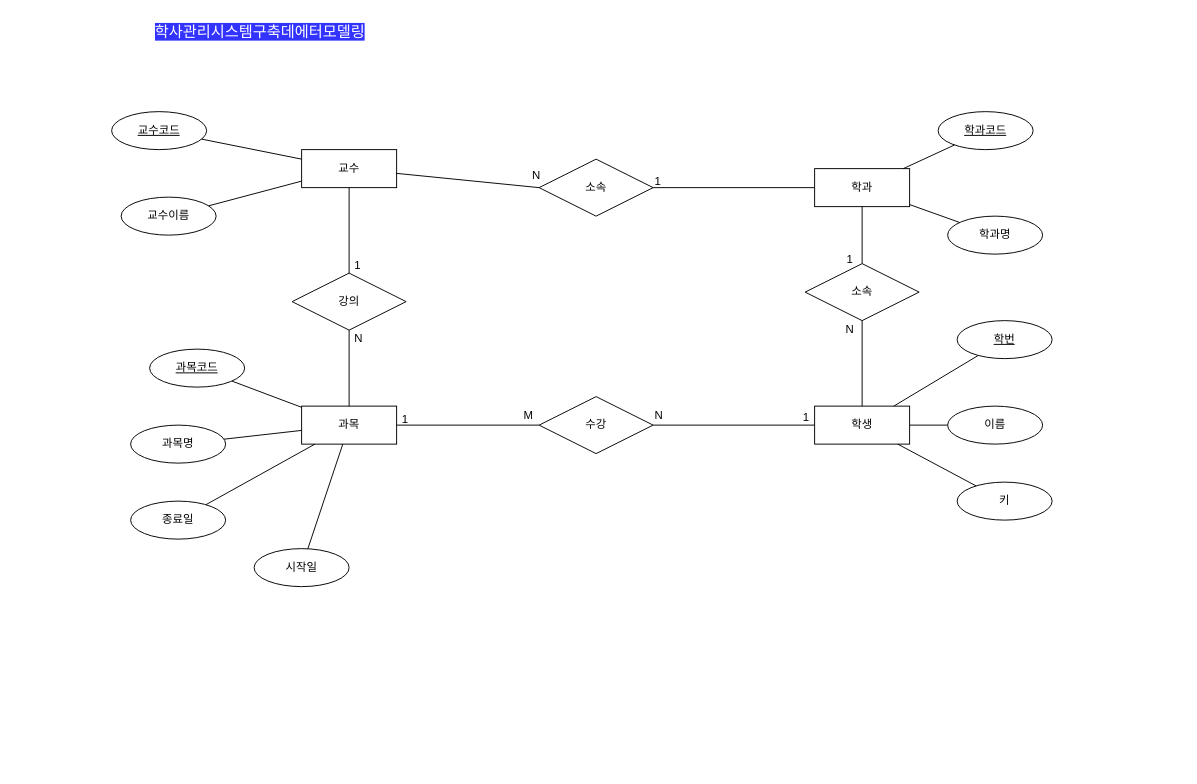
Before: page "페이지-2" (2 of 2) of 온라인전자상거래.drawio in jung79human79/databig, a draw.io diagram. Source tidied: cells renumbered, new cells numbered last; positions are measured from the earlier drawing's top-left corner, leaving out a move shared by most shapes. Both pictures are drawn from the tidied source at 95%, with x=0, y=0 at pixel (111, 16).
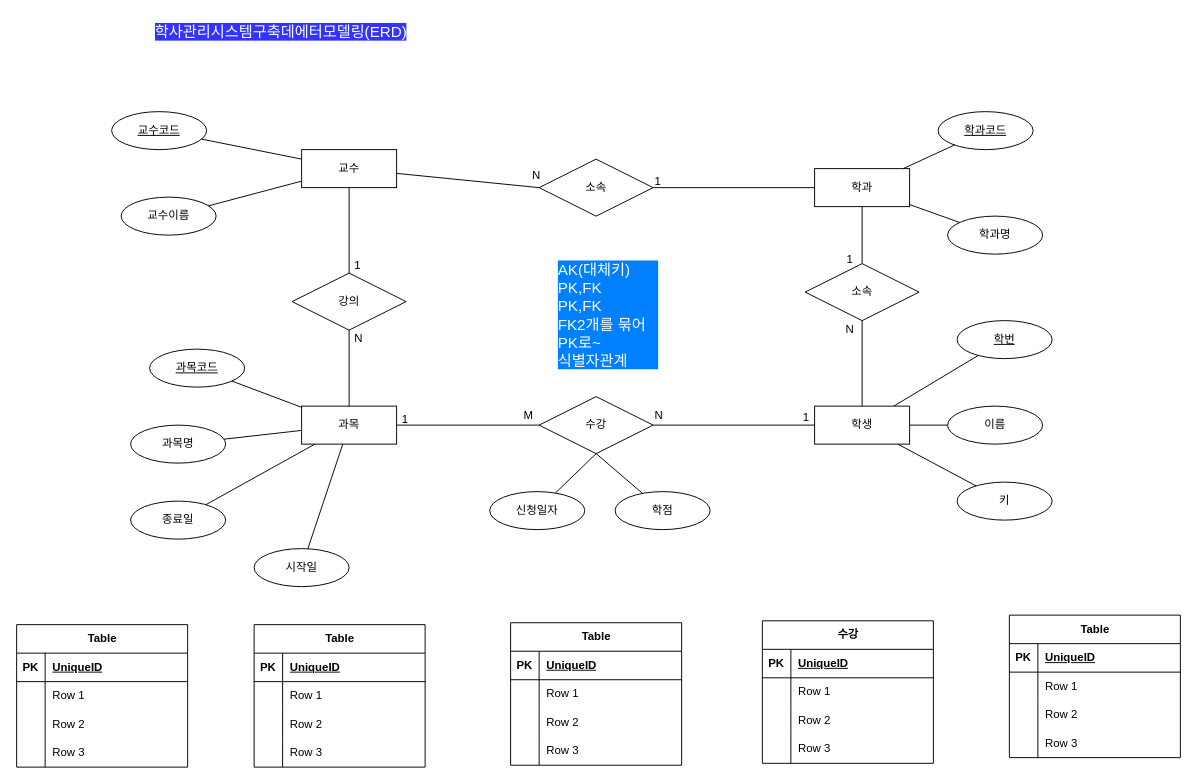
Above is the later version.

Commit message (it also covers changes not shown here):
온라인전자상거래.drawio 업데이트

The change refers to these unchanged cells:
```xml
<mxCell id="9" value="수강" style="shape=rhombus;perimeter=rhombusPerimeter;whiteSpace=wrap;html=1;align=center;" parent="1" vertex="1">
  <mxGeometry x="450" y="400" width="120" height="60" as="geometry" />
</mxCell>
```

Change to the diagram source:
```diff
@@
-    <mxCell id="47" value="학사관리시스템구축데에터모델링" style="text;strokeColor=none;fillColor=none;spacingLeft=4;spacingRight=4;overflow=hidden;fontSize=16;whiteSpace=wrap;html=1;labelBackgroundColor=#3333FF;fontColor=#FFFFFF;" parent="1" vertex="1">
-      <mxGeometry x="40" width="260" height="40" as="geometry" />
+    <mxCell id="47" value="학사관리시스템구축데에터모델링(ERD)" style="text;strokeColor=none;fillColor=none;spacingLeft=4;spacingRight=4;overflow=hidden;fontSize=16;whiteSpace=wrap;html=1;labelBackgroundColor=#3333FF;fontColor=#FFFFFF;" parent="1" vertex="1">
+      <mxGeometry x="40" width="310" height="40" as="geometry" />
     </mxCell>
@@
+    <mxCell id="51" value="Table" style="shape=table;startSize=30;childLayout=tableLayout;rowLines=0;fontStyle=1;align=center;html=1;" parent="1" vertex="1">
+      <mxGeometry x="420" y="638" width="180" height="150" as="geometry" />
+    </mxCell>
+    <mxCell id="52" style="shape=tableRow;horizontal=0;startSize=0;swimlaneHead=0;swimlaneBody=0;fillColor=none;top=0;left=0;right=0;bottom=1;" parent="51" vertex="1">
+      <mxGeometry y="30" width="180" height="30" as="geometry" />
+    </mxCell>
+    <mxCell id="53" value="PK" style="shape=partialRectangle;fillColor=none;top=0;left=0;bottom=0;right=0;fontStyle=1;overflow=hidden;whiteSpace=wrap;html=1;" parent="52" vertex="1">
+      <mxGeometry width="30" height="30" as="geometry" />
+    </mxCell>
+    <mxCell id="54" value="UniqueID" style="shape=partialRectangle;fillColor=none;top=0;left=0;bottom=0;right=0;align=left;spacingLeft=6;fontStyle=5;overflow=hidden;whiteSpace=wrap;html=1;" parent="52" vertex="1">
+      <mxGeometry x="30" width="150" height="30" as="geometry" />
+    </mxCell>
+    <mxCell id="55" style="shape=tableRow;horizontal=0;startSize=0;swimlaneHead=0;swimlaneBody=0;fillColor=none;top=0;left=0;right=0;bottom=0;" parent="51" vertex="1">
+      <mxGeometry y="60" width="180" height="30" as="geometry" />
+    </mxCell>
+    <mxCell id="56" style="shape=partialRectangle;fillColor=none;top=0;left=0;bottom=0;right=0;overflow=hidden;whiteSpace=wrap;html=1;" parent="55" vertex="1">
+      <mxGeometry width="30" height="30" as="geometry" />
+    </mxCell>
+    <mxCell id="57" value="Row 1" style="shape=partialRectangle;fillColor=none;top=0;left=0;bottom=0;right=0;align=left;spacingLeft=6;overflow=hidden;whiteSpace=wrap;html=1;" parent="55" vertex="1">
+      <mxGeometry x="30" width="150" height="30" as="geometry" />
+    </mxCell>
+    <mxCell id="58" style="shape=tableRow;horizontal=0;startSize=0;swimlaneHead=0;swimlaneBody=0;fillColor=none;top=0;left=0;right=0;bottom=0;" parent="51" vertex="1">
+      <mxGeometry y="90" width="180" height="30" as="geometry" />
+    </mxCell>
+    <mxCell id="59" style="shape=partialRectangle;fillColor=none;top=0;left=0;bottom=0;right=0;overflow=hidden;whiteSpace=wrap;html=1;" parent="58" vertex="1">
+      <mxGeometry width="30" height="30" as="geometry" />
+    </mxCell>
+    <mxCell id="60" value="Row 2" style="shape=partialRectangle;fillColor=none;top=0;left=0;bottom=0;right=0;align=left;spacingLeft=6;overflow=hidden;whiteSpace=wrap;html=1;" parent="58" vertex="1">
+      <mxGeometry x="30" width="150" height="30" as="geometry" />
+    </mxCell>
+    <mxCell id="61" style="shape=tableRow;horizontal=0;startSize=0;swimlaneHead=0;swimlaneBody=0;fillColor=none;top=0;left=0;right=0;bottom=0;" parent="51" vertex="1">
+      <mxGeometry y="120" width="180" height="30" as="geometry" />
+    </mxCell>
+    <mxCell id="62" style="shape=partialRectangle;fillColor=none;top=0;left=0;bottom=0;right=0;overflow=hidden;whiteSpace=wrap;html=1;" parent="61" vertex="1">
+      <mxGeometry width="30" height="30" as="geometry" />
+    </mxCell>
+    <mxCell id="63" value="Row 3" style="shape=partialRectangle;fillColor=none;top=0;left=0;bottom=0;right=0;align=left;spacingLeft=6;overflow=hidden;whiteSpace=wrap;html=1;" parent="61" vertex="1">
+      <mxGeometry x="30" width="150" height="30" as="geometry" />
+    </mxCell>
+    <mxCell id="64" value="Table" style="shape=table;startSize=30;childLayout=tableLayout;rowLines=0;fontStyle=1;align=center;html=1;" parent="1" vertex="1">
+      <mxGeometry x="945" y="630" width="180" height="150" as="geometry" />
+    </mxCell>
+    <mxCell id="65" style="shape=tableRow;horizontal=0;startSize=0;swimlaneHead=0;swimlaneBody=0;fillColor=none;top=0;left=0;right=0;bottom=1;" parent="64" vertex="1">
+      <mxGeometry y="30" width="180" height="30" as="geometry" />
+    </mxCell>
+    <mxCell id="66" value="PK" style="shape=partialRectangle;fillColor=none;top=0;left=0;bottom=0;right=0;fontStyle=1;overflow=hidden;whiteSpace=wrap;html=1;" parent="65" vertex="1">
+      <mxGeometry width="30" height="30" as="geometry" />
+    </mxCell>
+    <mxCell id="67" value="UniqueID" style="shape=partialRectangle;fillColor=none;top=0;left=0;bottom=0;right=0;align=left;spacingLeft=6;fontStyle=5;overflow=hidden;whiteSpace=wrap;html=1;" parent="65" vertex="1">
+      <mxGeometry x="30" width="150" height="30" as="geometry" />
+    </mxCell>
+    <mxCell id="68" style="shape=tableRow;horizontal=0;startSize=0;swimlaneHead=0;swimlaneBody=0;fillColor=none;top=0;left=0;right=0;bottom=0;" parent="64" vertex="1">
+      <mxGeometry y="60" width="180" height="30" as="geometry" />
+    </mxCell>
+    <mxCell id="69" style="shape=partialRectangle;fillColor=none;top=0;left=0;bottom=0;right=0;overflow=hidden;whiteSpace=wrap;html=1;" parent="68" vertex="1">
+      <mxGeometry width="30" height="30" as="geometry" />
+    </mxCell>
+    <mxCell id="70" value="Row 1" style="shape=partialRectangle;fillColor=none;top=0;left=0;bottom=0;right=0;align=left;spacingLeft=6;overflow=hidden;whiteSpace=wrap;html=1;" parent="68" vertex="1">
+      <mxGeometry x="30" width="150" height="30" as="geometry" />
+    </mxCell>
+    <mxCell id="71" style="shape=tableRow;horizontal=0;startSize=0;swimlaneHead=0;swimlaneBody=0;fillColor=none;top=0;left=0;right=0;bottom=0;" parent="64" vertex="1">
+      <mxGeometry y="90" width="180" height="30" as="geometry" />
+    </mxCell>
+    <mxCell id="72" style="shape=partialRectangle;fillColor=none;top=0;left=0;bottom=0;right=0;overflow=hidden;whiteSpace=wrap;html=1;" parent="71" vertex="1">
+      <mxGeometry width="30" height="30" as="geometry" />
+    </mxCell>
+    <mxCell id="73" value="Row 2" style="shape=partialRectangle;fillColor=none;top=0;left=0;bottom=0;right=0;align=left;spacingLeft=6;overflow=hidden;whiteSpace=wrap;html=1;" parent="71" vertex="1">
+      <mxGeometry x="30" width="150" height="30" as="geometry" />
+    </mxCell>
+    <mxCell id="74" style="shape=tableRow;horizontal=0;startSize=0;swimlaneHead=0;swimlaneBody=0;fillColor=none;top=0;left=0;right=0;bottom=0;" parent="64" vertex="1">
+      <mxGeometry y="120" width="180" height="30" as="geometry" />
+    </mxCell>
+    <mxCell id="75" style="shape=partialRectangle;fillColor=none;top=0;left=0;bottom=0;right=0;overflow=hidden;whiteSpace=wrap;html=1;" parent="74" vertex="1">
+      <mxGeometry width="30" height="30" as="geometry" />
+    </mxCell>
+    <mxCell id="76" value="Row 3" style="shape=partialRectangle;fillColor=none;top=0;left=0;bottom=0;right=0;align=left;spacingLeft=6;overflow=hidden;whiteSpace=wrap;html=1;" parent="74" vertex="1">
+      <mxGeometry x="30" width="150" height="30" as="geometry" />
+    </mxCell>
+    <mxCell id="77" value="Table" style="shape=table;startSize=30;childLayout=tableLayout;rowLines=0;fontStyle=1;align=center;html=1;" parent="1" vertex="1">
+      <mxGeometry x="-100" y="640" width="180" height="150" as="geometry" />
+    </mxCell>
+    <mxCell id="78" style="shape=tableRow;horizontal=0;startSize=0;swimlaneHead=0;swimlaneBody=0;fillColor=none;top=0;left=0;right=0;bottom=1;" parent="77" vertex="1">
+      <mxGeometry y="30" width="180" height="30" as="geometry" />
+    </mxCell>
+    <mxCell id="79" value="PK" style="shape=partialRectangle;fillColor=none;top=0;left=0;bottom=0;right=0;fontStyle=1;overflow=hidden;whiteSpace=wrap;html=1;" parent="78" vertex="1">
+      <mxGeometry width="30" height="30" as="geometry" />
+    </mxCell>
+    <mxCell id="80" value="UniqueID" style="shape=partialRectangle;fillColor=none;top=0;left=0;bottom=0;right=0;align=left;spacingLeft=6;fontStyle=5;overflow=hidden;whiteSpace=wrap;html=1;" parent="78" vertex="1">
+      <mxGeometry x="30" width="150" height="30" as="geometry" />
+    </mxCell>
+    <mxCell id="81" style="shape=tableRow;horizontal=0;startSize=0;swimlaneHead=0;swimlaneBody=0;fillColor=none;top=0;left=0;right=0;bottom=0;" parent="77" vertex="1">
+      <mxGeometry y="60" width="180" height="30" as="geometry" />
+    </mxCell>
+    <mxCell id="82" style="shape=partialRectangle;fillColor=none;top=0;left=0;bottom=0;right=0;overflow=hidden;whiteSpace=wrap;html=1;" parent="81" vertex="1">
+      <mxGeometry width="30" height="30" as="geometry" />
+    </mxCell>
+    <mxCell id="83" value="Row 1" style="shape=partialRectangle;fillColor=none;top=0;left=0;bottom=0;right=0;align=left;spacingLeft=6;overflow=hidden;whiteSpace=wrap;html=1;" parent="81" vertex="1">
+      <mxGeometry x="30" width="150" height="30" as="geometry" />
+    </mxCell>
+    <mxCell id="84" style="shape=tableRow;horizontal=0;startSize=0;swimlaneHead=0;swimlaneBody=0;fillColor=none;top=0;left=0;right=0;bottom=0;" parent="77" vertex="1">
+      <mxGeometry y="90" width="180" height="30" as="geometry" />
+    </mxCell>
+    <mxCell id="85" style="shape=partialRectangle;fillColor=none;top=0;left=0;bottom=0;right=0;overflow=hidden;whiteSpace=wrap;html=1;" parent="84" vertex="1">
+      <mxGeometry width="30" height="30" as="geometry" />
+    </mxCell>
+    <mxCell id="86" value="Row 2" style="shape=partialRectangle;fillColor=none;top=0;left=0;bottom=0;right=0;align=left;spacingLeft=6;overflow=hidden;whiteSpace=wrap;html=1;" parent="84" vertex="1">
+      <mxGeometry x="30" width="150" height="30" as="geometry" />
+    </mxCell>
+    <mxCell id="87" style="shape=tableRow;horizontal=0;startSize=0;swimlaneHead=0;swimlaneBody=0;fillColor=none;top=0;left=0;right=0;bottom=0;" parent="77" vertex="1">
+      <mxGeometry y="120" width="180" height="30" as="geometry" />
+    </mxCell>
+    <mxCell id="88" style="shape=partialRectangle;fillColor=none;top=0;left=0;bottom=0;right=0;overflow=hidden;whiteSpace=wrap;html=1;" parent="87" vertex="1">
+      <mxGeometry width="30" height="30" as="geometry" />
+    </mxCell>
+    <mxCell id="89" value="Row 3" style="shape=partialRectangle;fillColor=none;top=0;left=0;bottom=0;right=0;align=left;spacingLeft=6;overflow=hidden;whiteSpace=wrap;html=1;" parent="87" vertex="1">
+      <mxGeometry x="30" width="150" height="30" as="geometry" />
+    </mxCell>
+    <mxCell id="90" value="수강" style="shape=table;startSize=30;childLayout=tableLayout;rowLines=0;fontStyle=1;align=center;html=1;" parent="1" vertex="1">
+      <mxGeometry x="685" y="636" width="180" height="150" as="geometry" />
+    </mxCell>
+    <mxCell id="91" style="shape=tableRow;horizontal=0;startSize=0;swimlaneHead=0;swimlaneBody=0;fillColor=none;top=0;left=0;right=0;bottom=1;" parent="90" vertex="1">
+      <mxGeometry y="30" width="180" height="30" as="geometry" />
+    </mxCell>
+    <mxCell id="92" value="PK" style="shape=partialRectangle;fillColor=none;top=0;left=0;bottom=0;right=0;fontStyle=1;overflow=hidden;whiteSpace=wrap;html=1;" parent="91" vertex="1">
+      <mxGeometry width="30" height="30" as="geometry" />
+    </mxCell>
+    <mxCell id="93" value="UniqueID" style="shape=partialRectangle;fillColor=none;top=0;left=0;bottom=0;right=0;align=left;spacingLeft=6;fontStyle=5;overflow=hidden;whiteSpace=wrap;html=1;" parent="91" vertex="1">
+      <mxGeometry x="30" width="150" height="30" as="geometry" />
+    </mxCell>
+    <mxCell id="94" style="shape=tableRow;horizontal=0;startSize=0;swimlaneHead=0;swimlaneBody=0;fillColor=none;top=0;left=0;right=0;bottom=0;" parent="90" vertex="1">
+      <mxGeometry y="60" width="180" height="30" as="geometry" />
+    </mxCell>
+    <mxCell id="95" style="shape=partialRectangle;fillColor=none;top=0;left=0;bottom=0;right=0;overflow=hidden;whiteSpace=wrap;html=1;" parent="94" vertex="1">
+      <mxGeometry width="30" height="30" as="geometry" />
+    </mxCell>
+    <mxCell id="96" value="Row 1" style="shape=partialRectangle;fillColor=none;top=0;left=0;bottom=0;right=0;align=left;spacingLeft=6;overflow=hidden;whiteSpace=wrap;html=1;" parent="94" vertex="1">
+      <mxGeometry x="30" width="150" height="30" as="geometry" />
+    </mxCell>
+    <mxCell id="97" style="shape=tableRow;horizontal=0;startSize=0;swimlaneHead=0;swimlaneBody=0;fillColor=none;top=0;left=0;right=0;bottom=0;" parent="90" vertex="1">
+      <mxGeometry y="90" width="180" height="30" as="geometry" />
+    </mxCell>
+    <mxCell id="98" style="shape=partialRectangle;fillColor=none;top=0;left=0;bottom=0;right=0;overflow=hidden;whiteSpace=wrap;html=1;" parent="97" vertex="1">
+      <mxGeometry width="30" height="30" as="geometry" />
+    </mxCell>
+    <mxCell id="99" value="Row 2" style="shape=partialRectangle;fillColor=none;top=0;left=0;bottom=0;right=0;align=left;spacingLeft=6;overflow=hidden;whiteSpace=wrap;html=1;" parent="97" vertex="1">
+      <mxGeometry x="30" width="150" height="30" as="geometry" />
+    </mxCell>
+    <mxCell id="100" style="shape=tableRow;horizontal=0;startSize=0;swimlaneHead=0;swimlaneBody=0;fillColor=none;top=0;left=0;right=0;bottom=0;" parent="90" vertex="1">
+      <mxGeometry y="120" width="180" height="30" as="geometry" />
+    </mxCell>
+    <mxCell id="101" style="shape=partialRectangle;fillColor=none;top=0;left=0;bottom=0;right=0;overflow=hidden;whiteSpace=wrap;html=1;" parent="100" vertex="1">
+      <mxGeometry width="30" height="30" as="geometry" />
+    </mxCell>
+    <mxCell id="102" value="Row 3" style="shape=partialRectangle;fillColor=none;top=0;left=0;bottom=0;right=0;align=left;spacingLeft=6;overflow=hidden;whiteSpace=wrap;html=1;" parent="100" vertex="1">
+      <mxGeometry x="30" width="150" height="30" as="geometry" />
+    </mxCell>
+    <mxCell id="103" value="Table" style="shape=table;startSize=30;childLayout=tableLayout;rowLines=0;fontStyle=1;align=center;html=1;" parent="1" vertex="1">
+      <mxGeometry x="150" y="640" width="180" height="150" as="geometry" />
+    </mxCell>
+    <mxCell id="104" style="shape=tableRow;horizontal=0;startSize=0;swimlaneHead=0;swimlaneBody=0;fillColor=none;top=0;left=0;right=0;bottom=1;" parent="103" vertex="1">
+      <mxGeometry y="30" width="180" height="30" as="geometry" />
+    </mxCell>
+    <mxCell id="105" value="PK" style="shape=partialRectangle;fillColor=none;top=0;left=0;bottom=0;right=0;fontStyle=1;overflow=hidden;whiteSpace=wrap;html=1;" parent="104" vertex="1">
+      <mxGeometry width="30" height="30" as="geometry" />
+    </mxCell>
+    <mxCell id="106" value="UniqueID" style="shape=partialRectangle;fillColor=none;top=0;left=0;bottom=0;right=0;align=left;spacingLeft=6;fontStyle=5;overflow=hidden;whiteSpace=wrap;html=1;" parent="104" vertex="1">
+      <mxGeometry x="30" width="150" height="30" as="geometry" />
+    </mxCell>
+    <mxCell id="107" style="shape=tableRow;horizontal=0;startSize=0;swimlaneHead=0;swimlaneBody=0;fillColor=none;top=0;left=0;right=0;bottom=0;" parent="103" vertex="1">
+      <mxGeometry y="60" width="180" height="30" as="geometry" />
+    </mxCell>
+    <mxCell id="108" style="shape=partialRectangle;fillColor=none;top=0;left=0;bottom=0;right=0;overflow=hidden;whiteSpace=wrap;html=1;" parent="107" vertex="1">
+      <mxGeometry width="30" height="30" as="geometry" />
+    </mxCell>
+    <mxCell id="109" value="Row 1" style="shape=partialRectangle;fillColor=none;top=0;left=0;bottom=0;right=0;align=left;spacingLeft=6;overflow=hidden;whiteSpace=wrap;html=1;" parent="107" vertex="1">
+      <mxGeometry x="30" width="150" height="30" as="geometry" />
+    </mxCell>
+    <mxCell id="110" style="shape=tableRow;horizontal=0;startSize=0;swimlaneHead=0;swimlaneBody=0;fillColor=none;top=0;left=0;right=0;bottom=0;" parent="103" vertex="1">
+      <mxGeometry y="90" width="180" height="30" as="geometry" />
+    </mxCell>
+    <mxCell id="111" style="shape=partialRectangle;fillColor=none;top=0;left=0;bottom=0;right=0;overflow=hidden;whiteSpace=wrap;html=1;" parent="110" vertex="1">
+      <mxGeometry width="30" height="30" as="geometry" />
+    </mxCell>
+    <mxCell id="112" value="Row 2" style="shape=partialRectangle;fillColor=none;top=0;left=0;bottom=0;right=0;align=left;spacingLeft=6;overflow=hidden;whiteSpace=wrap;html=1;" parent="110" vertex="1">
+      <mxGeometry x="30" width="150" height="30" as="geometry" />
+    </mxCell>
+    <mxCell id="113" style="shape=tableRow;horizontal=0;startSize=0;swimlaneHead=0;swimlaneBody=0;fillColor=none;top=0;left=0;right=0;bottom=0;" parent="103" vertex="1">
+      <mxGeometry y="120" width="180" height="30" as="geometry" />
+    </mxCell>
+    <mxCell id="114" style="shape=partialRectangle;fillColor=none;top=0;left=0;bottom=0;right=0;overflow=hidden;whiteSpace=wrap;html=1;" parent="113" vertex="1">
+      <mxGeometry width="30" height="30" as="geometry" />
+    </mxCell>
+    <mxCell id="115" value="Row 3" style="shape=partialRectangle;fillColor=none;top=0;left=0;bottom=0;right=0;align=left;spacingLeft=6;overflow=hidden;whiteSpace=wrap;html=1;" parent="113" vertex="1">
+      <mxGeometry x="30" width="150" height="30" as="geometry" />
+    </mxCell>
+    <mxCell id="116" value="신청일자" style="ellipse;whiteSpace=wrap;html=1;align=center;" parent="1" vertex="1">
+      <mxGeometry x="398" y="500" width="100" height="40" as="geometry" />
+    </mxCell>
+    <mxCell id="117" value="학점" style="ellipse;whiteSpace=wrap;html=1;align=center;" parent="1" vertex="1">
+      <mxGeometry x="530" y="500" width="100" height="40" as="geometry" />
+    </mxCell>
+    <mxCell id="118" style="endArrow=none;html=1;rounded=0;exitX=0.5;exitY=1;exitDx=0;exitDy=0;" parent="1" edge="1" source="9" target="116">
+      <mxGeometry relative="1" as="geometry" />
+    </mxCell>
+    <mxCell id="119" style="endArrow=none;html=1;rounded=0;exitX=0.5;exitY=1;exitDx=0;exitDy=0;" parent="1" edge="1" source="9" target="117">
+      <mxGeometry relative="1" as="geometry" />
+    </mxCell>
+    <mxCell id="120" value="AK(대체키)&lt;br style=&quot;font-size: 16px;&quot;&gt;PK,FK&lt;br style=&quot;font-size: 16px;&quot;&gt;PK,FK&lt;br&gt;FK2개를 묶어 PK로~&lt;br style=&quot;font-size: 16px;&quot;&gt;식별자관계" style="text;strokeColor=none;fillColor=none;spacingLeft=4;spacingRight=4;overflow=hidden;fontSize=16;whiteSpace=wrap;html=1;labelBackgroundColor=#007FFF;fontColor=#FFFFFF;" parent="1" vertex="1">
+      <mxGeometry x="464" y="250" width="116" height="130" as="geometry" />
+    </mxCell>
```
